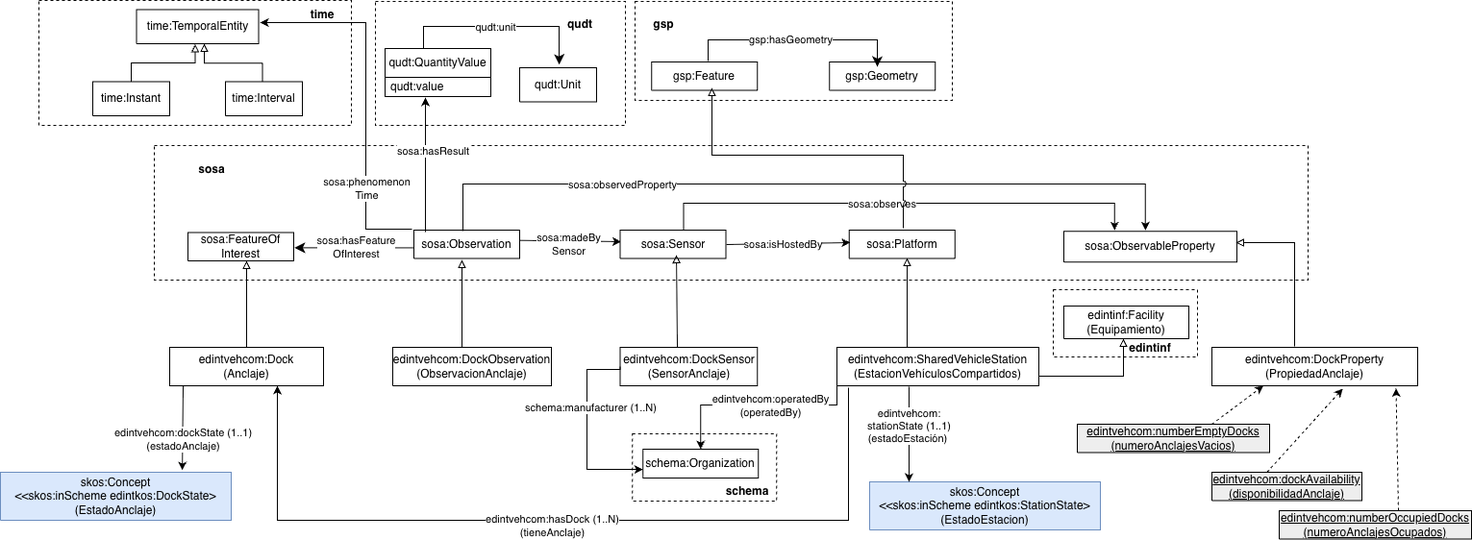
The draw.io diagram documentation/images/diagrama-conceptual-estaciones.png in EDINT-Ontologia/edint-ontologia-vehiculos-compartidos, before a commit. Source tidied: cells renumbered, new cells last; positions are measured from the earlier drawing's top-left corner, leaving out a move shared by most shapes.
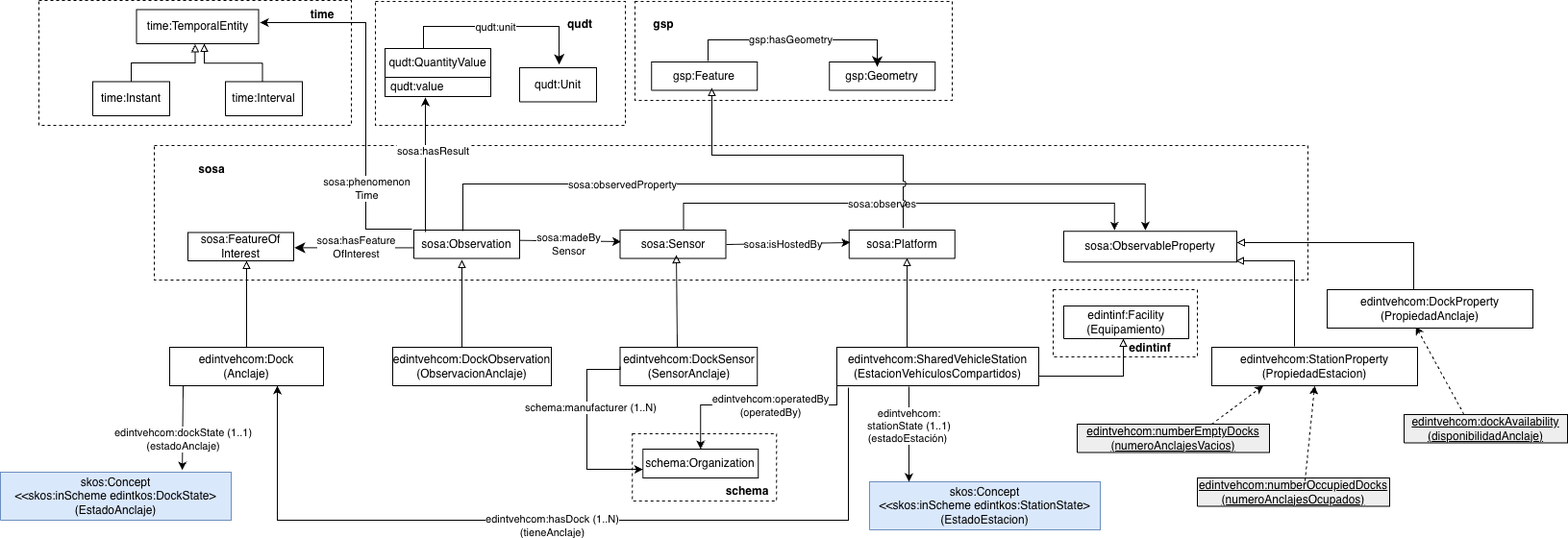
Above is the later version.

The edit, as a diff of the source:
```diff
@@ -225,7 +225,7 @@
       </mxGeometry>
     </mxCell>
     <mxCell id="55" value="&lt;font style=&quot;color: rgb(0, 0, 0); direction: ltr; letter-spacing: 0px; line-height: 120%; opacity: 1;&quot;&gt;&lt;u&gt;edintvehcom:dockAvailability&lt;/u&gt;&lt;/font&gt;&lt;div&gt;&lt;u style=&quot;letter-spacing: 0px; background-color: transparent;&quot;&gt;(disponibilidadAnclaje)&lt;/u&gt;&lt;/div&gt;" style="verticalAlign=middle;align=center;vsdxID=334;shape=(stored shape, 160 characters);labelBackgroundColor=none;rounded=0;html=1;whiteSpace=wrap;fontSize=12;fillColor=#EEEEEE;" parent="1" vertex="1">
-      <mxGeometry x="1260" y="491" width="156" height="29.5" as="geometry" />
+      <mxGeometry x="1460" y="431" width="170" height="29.5" as="geometry" />
     </mxCell>
     <mxCell id="56" style="endArrow=block;html=1;rounded=0;exitX=0.511;exitY=-0.068;exitDx=0;exitDy=0;exitPerimeter=0;endFill=0;edgeStyle=orthogonalEdgeStyle;jumpStyle=arc;" parent="1" edge="1" source="26">
       <mxGeometry relative="1" as="geometry">
@@ -278,17 +278,19 @@
         <mxPoint x="-24" y="2" as="offset" />
       </mxGeometry>
     </mxCell>
-    <mxCell id="65" value="edintvehcom:DockProperty (PropiedadAnclaje)" style="rounded=0;whiteSpace=wrap;html=1;strokeColor=#000000;" parent="1" vertex="1">
+    <mxCell id="65" value="edintvehcom:StationProperty (PropiedadEstacion)" style="rounded=0;whiteSpace=wrap;html=1;strokeColor=#000000;" parent="1" vertex="1">
       <mxGeometry x="1260" y="361" width="214" height="40" as="geometry" />
     </mxCell>
-    <mxCell id="66" style="endArrow=block;html=1;rounded=0;exitX=0.402;exitY=-0.025;exitDx=0;exitDy=0;exitPerimeter=0;endFill=0;entryX=0.994;entryY=0.367;entryDx=0;entryDy=0;entryPerimeter=0;edgeStyle=orthogonalEdgeStyle;" parent="1" edge="1" source="65" target="14">
+    <mxCell id="66" style="endArrow=block;html=1;rounded=0;exitX=0.402;exitY=-0.025;exitDx=0;exitDy=0;exitPerimeter=0;endFill=0;edgeStyle=orthogonalEdgeStyle;" parent="1" edge="1" source="65">
       <mxGeometry relative="1" as="geometry">
+        <mxPoint x="1285" y="271" as="targetPoint" />
         <Array as="points">
-          <mxPoint x="1346" y="252" />
+          <mxPoint x="1346" y="271" />
+          <mxPoint x="1285" y="271" />
         </Array>
       </mxGeometry>
     </mxCell>
-    <mxCell id="67" style="endArrow=classic;html=1;rounded=0;entryX=0.636;entryY=1.075;entryDx=0;entryDy=0;dashed=1;exitX=0.367;exitY=0;exitDx=0;exitDy=0;exitPerimeter=0;entryPerimeter=0;" parent="1" edge="1" source="55" target="65">
+    <mxCell id="67" style="endArrow=classic;html=1;rounded=0;entryX=0.43;entryY=0.95;entryDx=0;entryDy=0;dashed=1;exitX=0.367;exitY=0;exitDx=0;exitDy=0;exitPerimeter=0;entryPerimeter=0;" parent="1" edge="1" source="55" target="80">
       <mxGeometry relative="1" as="geometry" />
     </mxCell>
     <mxCell id="68" style="endArrow=block;html=1;rounded=0;entryX=0.477;entryY=1;entryDx=0;entryDy=0;entryPerimeter=0;edgeStyle=orthogonalEdgeStyle;endFill=0;" parent="1" edge="1" target="59">
@@ -338,12 +340,22 @@
       </mxGeometry>
     </mxCell>
     <mxCell id="78" value="&lt;font style=&quot;color: rgb(0, 0, 0); direction: ltr; letter-spacing: 0px; line-height: 120%; opacity: 1;&quot;&gt;&lt;u&gt;edintvehcom:numberOccupiedDocks&lt;/u&gt;&lt;/font&gt;&lt;div&gt;&lt;u style=&quot;letter-spacing: 0px; background-color: transparent;&quot;&gt;(numeroAnclajesOcupados)&lt;/u&gt;&lt;/div&gt;" style="verticalAlign=middle;align=center;vsdxID=334;shape=(stored shape, 160 characters);labelBackgroundColor=none;rounded=0;html=1;whiteSpace=wrap;fontSize=12;fillColor=#EEEEEE;" parent="1" vertex="1">
-      <mxGeometry x="1330" y="531" width="200" height="29.5" as="geometry" />
+      <mxGeometry x="1245" y="497" width="200" height="29.5" as="geometry" />
     </mxCell>
-    <mxCell id="79" style="endArrow=classic;html=1;rounded=0;entryX=0.895;entryY=1.063;entryDx=0;entryDy=0;dashed=1;entryPerimeter=0;" parent="1" edge="1" target="65">
-      <mxGeometry relative="1" as="geometry">
-        <mxPoint x="1454" y="531" as="sourcePoint" />
-      </mxGeometry>
+    <mxCell id="79" style="endArrow=classic;html=1;rounded=0;entryX=0.5;entryY=1;entryDx=0;entryDy=0;dashed=1;exitX=0.56;exitY=0.102;exitDx=0;exitDy=0;exitPerimeter=0;" parent="1" edge="1" source="78" target="65">
+      <mxGeometry relative="1" as="geometry" />
     </mxCell>
+    <mxCell id="80" value="edintvehcom:DockProperty (PropiedadAnclaje)" style="rounded=0;whiteSpace=wrap;html=1;strokeColor=#000000;" parent="1" vertex="1">
+      <mxGeometry x="1380" y="301" width="214" height="40" as="geometry" />
+    </mxCell>
+    <mxCell id="81" style="endArrow=block;html=1;rounded=0;endFill=0;edgeStyle=orthogonalEdgeStyle;" parent="1" edge="1">
+      <mxGeometry relative="1" as="geometry">
+        <mxPoint x="1470" y="301" as="sourcePoint" />
+        <mxPoint x="1286" y="252" as="targetPoint" />
+        <Array as="points">
+          <mxPoint x="1470" y="252" />
+        </Array>
+      </mxGeometry>
+    </mxCell>
   </root>
 </mxGraphModel>
```
